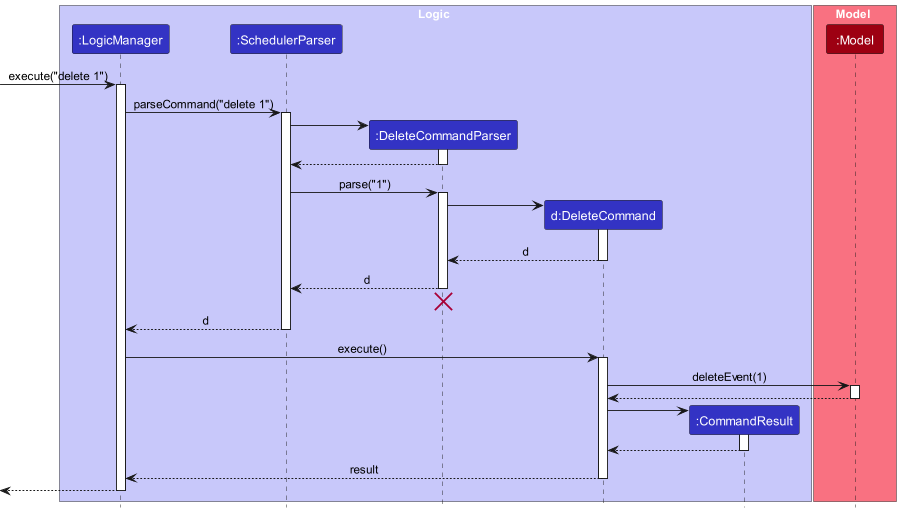
This is docs/images/DeleteSequenceDiagram.png from nus-cs2103-AY2223S2/tp, a PlantUML export, as it was before one commit.
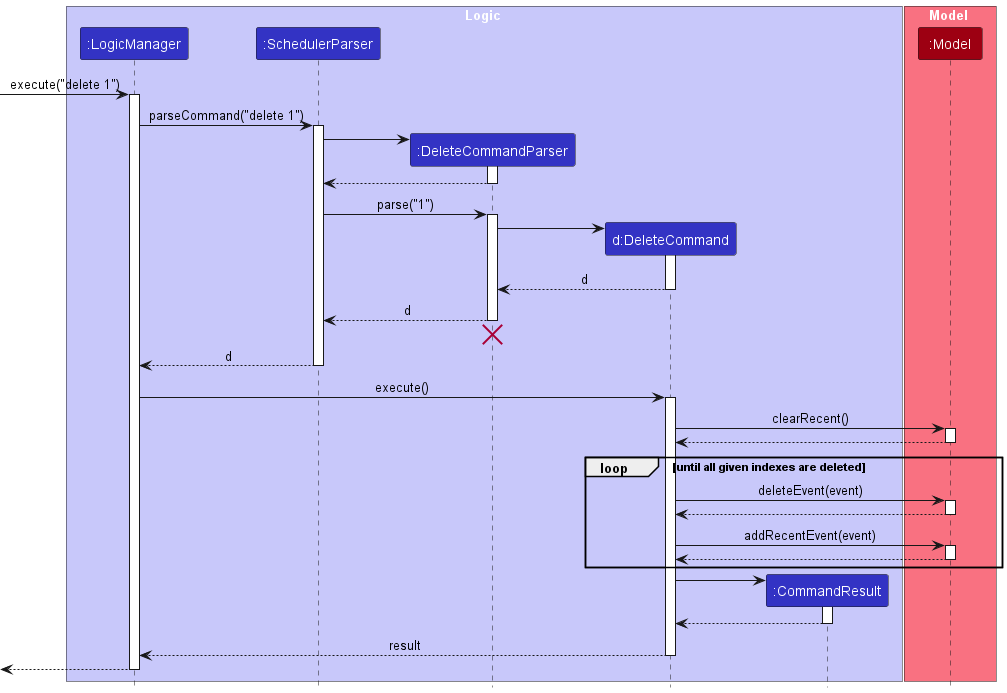
The same diagram one commit later.

Commit message:
Update delete sequence diagram

Change to the diagram source:
```diff
@@ -47,11 +47,27 @@
 LogicManager -> DeleteCommand : execute()
 activate DeleteCommand
 
-DeleteCommand -> Model : deleteEvent(1)
+DeleteCommand -> Model : clearRecent()
 activate Model
 
 Model --> DeleteCommand
 deactivate Model
+
+loop until all given indexes are deleted
+
+DeleteCommand -> Model : deleteEvent(event)
+activate Model
+
+Model --> DeleteCommand
+deactivate Model
+
+DeleteCommand -> Model : addRecentEvent(event)
+activate Model
+
+Model --> DeleteCommand
+deactivate Model
+
+end
 
 create CommandResult
 DeleteCommand -> CommandResult
```
